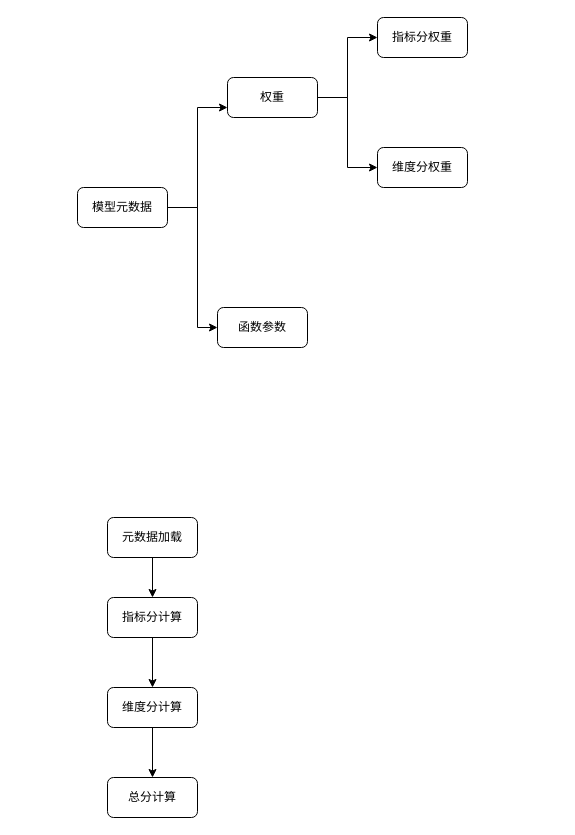
Earlier version of the draw.io diagram 友邦/总分计算.drawio (XiaoLiuAI/diagrams). Source tidied: cells renumbered, new cells numbered last; positions are measured from the earlier drawing's top-left corner, leaving out a move shared by most shapes. Both pictures are drawn from the tidied source at 100%, with x=0, y=0 at pixel (77, 17).
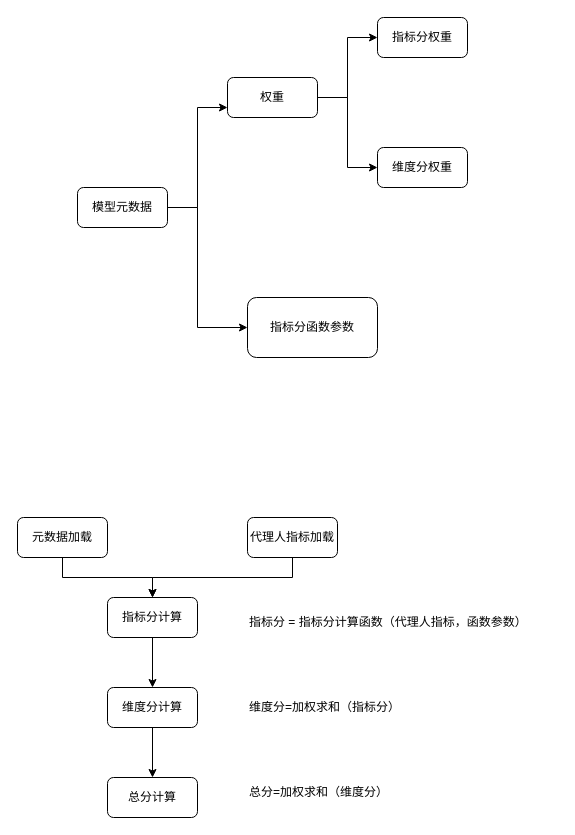
The same diagram, later.

The change refers to these unchanged cells:
```xml
<mxCell id="5" value="指标分计算" style="rounded=1;whiteSpace=wrap;html=1;" parent="1" vertex="1">
  <mxGeometry x="30" y="580" width="90" height="40" as="geometry" />
</mxCell>
```

The edit, as a diff of the source:
```diff
@@
     <mxCell id="3" value="元数据加载" style="rounded=1;whiteSpace=wrap;html=1;" parent="1" vertex="1">
-      <mxGeometry x="30" y="500" width="90" height="40" as="geometry" />
+      <mxGeometry x="-60" y="500" width="90" height="40" as="geometry" />
     </mxCell>
@@
-    <mxCell id="15" value="函数参数" style="rounded=1;whiteSpace=wrap;html=1;" parent="1" vertex="1">
-      <mxGeometry x="140" y="290" width="90" height="40" as="geometry" />
+    <mxCell id="15" value="指标分函数参数" style="rounded=1;whiteSpace=wrap;html=1;" parent="1" vertex="1">
+      <mxGeometry x="170" y="280" width="130" height="60" as="geometry" />
     </mxCell>
@@
+    <mxCell id="18" style="edgeStyle=orthogonalEdgeStyle;rounded=0;jettySize=auto;html=1;entryX=0.5;entryY=0;entryDx=0;entryDy=0;" parent="1" edge="1" source="19" target="5">
+      <mxGeometry relative="1" as="geometry">
+        <Array as="points">
+          <mxPoint x="215" y="560" />
+          <mxPoint x="75" y="560" />
+        </Array>
+      </mxGeometry>
+    </mxCell>
+    <mxCell id="19" value="代理人指标加载" style="rounded=1;whiteSpace=wrap;html=1;" parent="1" vertex="1">
+      <mxGeometry x="170" y="500" width="90" height="40" as="geometry" />
+    </mxCell>
+    <mxCell id="20" value="指标分 = 指标分计算函数（代理人指标，函数参数）" style="text;html=1;strokeColor=none;fillColor=none;align=left;verticalAlign=middle;whiteSpace=wrap;rounded=0;" parent="1" vertex="1">
+      <mxGeometry x="170" y="590" width="310" height="30" as="geometry" />
+    </mxCell>
+    <mxCell id="21" value="维度分=加权求和（指标分）" style="text;html=1;strokeColor=none;fillColor=none;align=left;verticalAlign=middle;whiteSpace=wrap;rounded=0;" parent="1" vertex="1">
+      <mxGeometry x="170" y="675" width="190" height="30" as="geometry" />
+    </mxCell>
+    <mxCell id="22" value="总分=加权求和（维度分）" style="text;html=1;strokeColor=none;fillColor=none;align=left;verticalAlign=middle;whiteSpace=wrap;rounded=0;" parent="1" vertex="1">
+      <mxGeometry x="170" y="760" width="190" height="30" as="geometry" />
+    </mxCell>
```
